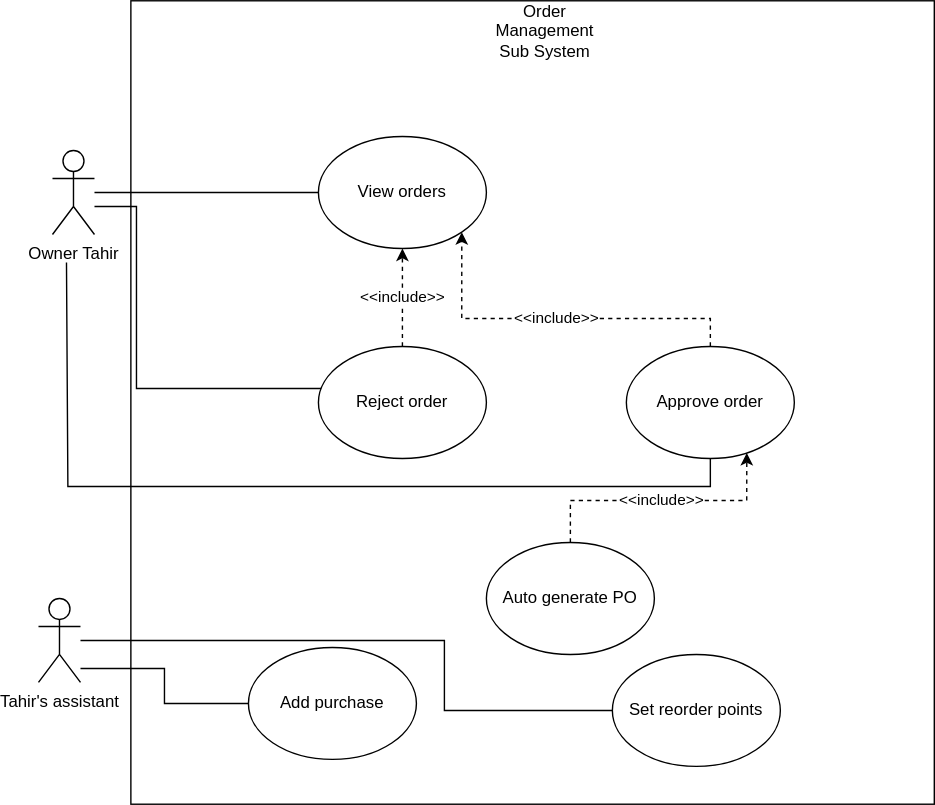
The draw.io diagram order.svg in Simamkele88/IFM3_GP, before a commit. Source tidied: cells renumbered, new cells last; positions are measured from the earlier drawing's top-left corner, leaving out a move shared by most shapes.
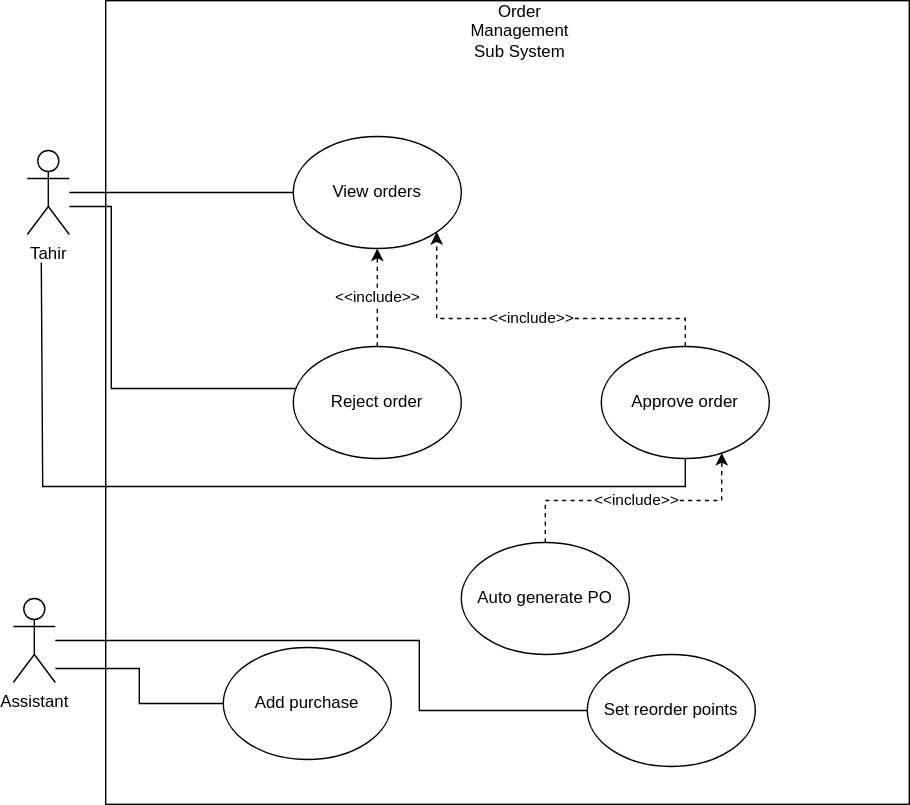
After the commit.

Diff of the diagram source:
```diff
@@ -51,7 +51,7 @@
     <mxCell id="12" style="edgeStyle=orthogonalEdgeStyle;rounded=0;jettySize=auto;html=1;entryX=0;entryY=0.5;entryDx=0;entryDy=0;endArrow=none;startFill=0;" parent="1" edge="1" source="13" target="3">
       <mxGeometry relative="1" as="geometry" />
     </mxCell>
-    <mxCell id="13" value="Owner Tahir" style="shape=umlActor;verticalLabelPosition=bottom;verticalAlign=top;html=1;outlineConnect=0;" parent="1" vertex="1">
+    <mxCell id="13" value="Tahir" style="shape=umlActor;verticalLabelPosition=bottom;verticalAlign=top;html=1;outlineConnect=0;" parent="1" vertex="1">
       <mxGeometry x="10" y="107" width="30" height="60" as="geometry" />
     </mxCell>
     <mxCell id="14" value="&amp;lt;&amp;lt;include&amp;gt;&amp;gt;" style="edgeStyle=orthogonalEdgeStyle;rounded=0;jettySize=auto;html=1;entryX=0.717;entryY=0.95;entryDx=0;entryDy=0;entryPerimeter=0;dashed=1;" parent="1" edge="1" source="10" target="9">
@@ -73,7 +73,7 @@
         </Array>
       </mxGeometry>
     </mxCell>
-    <mxCell id="17" value="Tahir's assistant" style="shape=umlActor;verticalLabelPosition=bottom;verticalAlign=top;html=1;outlineConnect=0;" parent="1" vertex="1">
+    <mxCell id="17" value="Assistant" style="shape=umlActor;verticalLabelPosition=bottom;verticalAlign=top;html=1;outlineConnect=0;" parent="1" vertex="1">
       <mxGeometry y="427" width="30" height="60" as="geometry" />
     </mxCell>
     <mxCell id="18" value="Add purchase" style="ellipse;whiteSpace=wrap;html=1;" parent="1" vertex="1">
```
